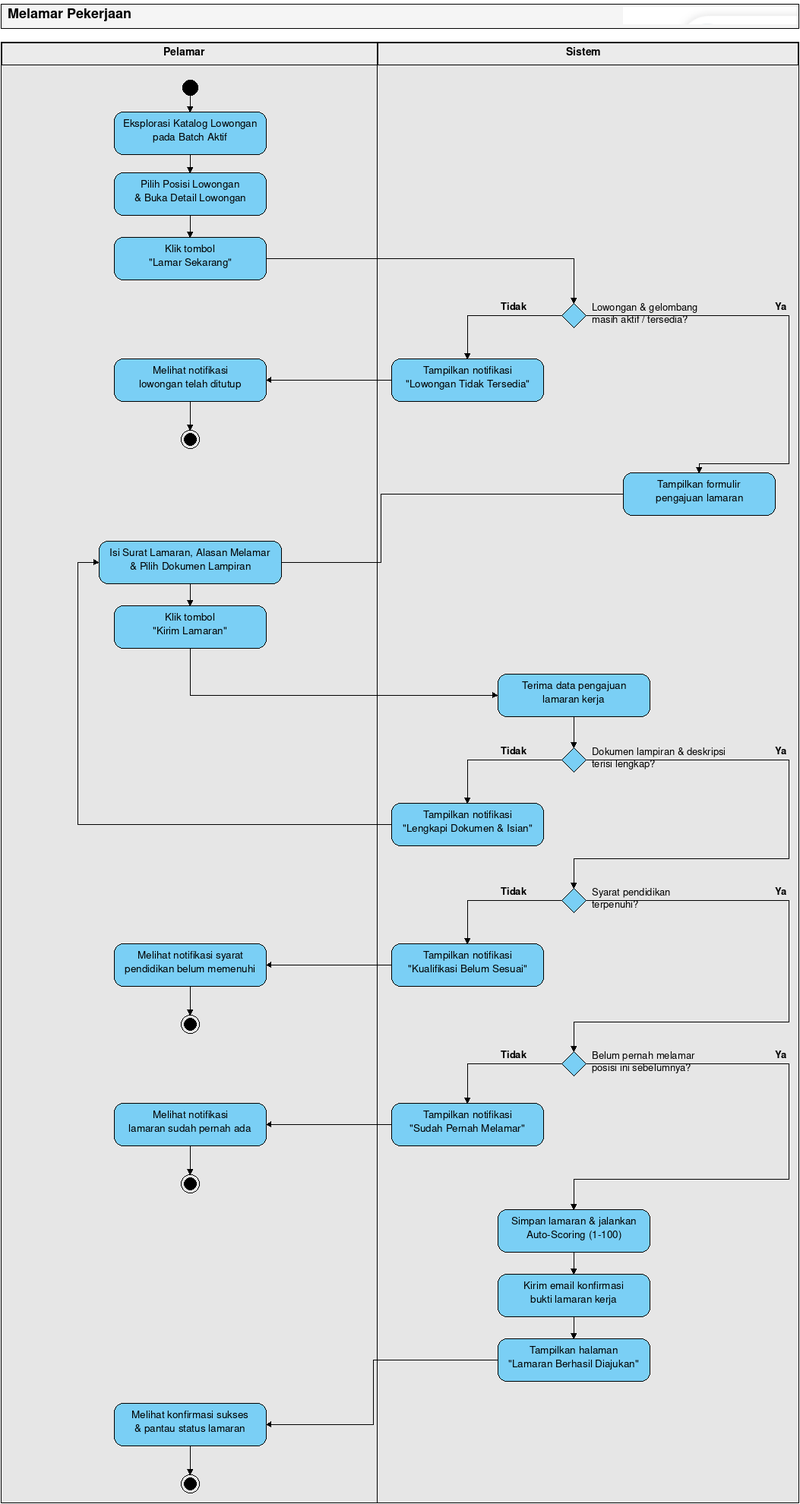
Earlier version of the PlantUML export public/assets/diagrams/VP/Activity/Activity - UC-04 Melamar Pekerjaan.png (Madtive-Studio/klinik_keluarga_career). Its source is kept beside it as public/assets/diagrams/VP/Activity/Activity - UC-04 Melamar Pekerjaan.puml.
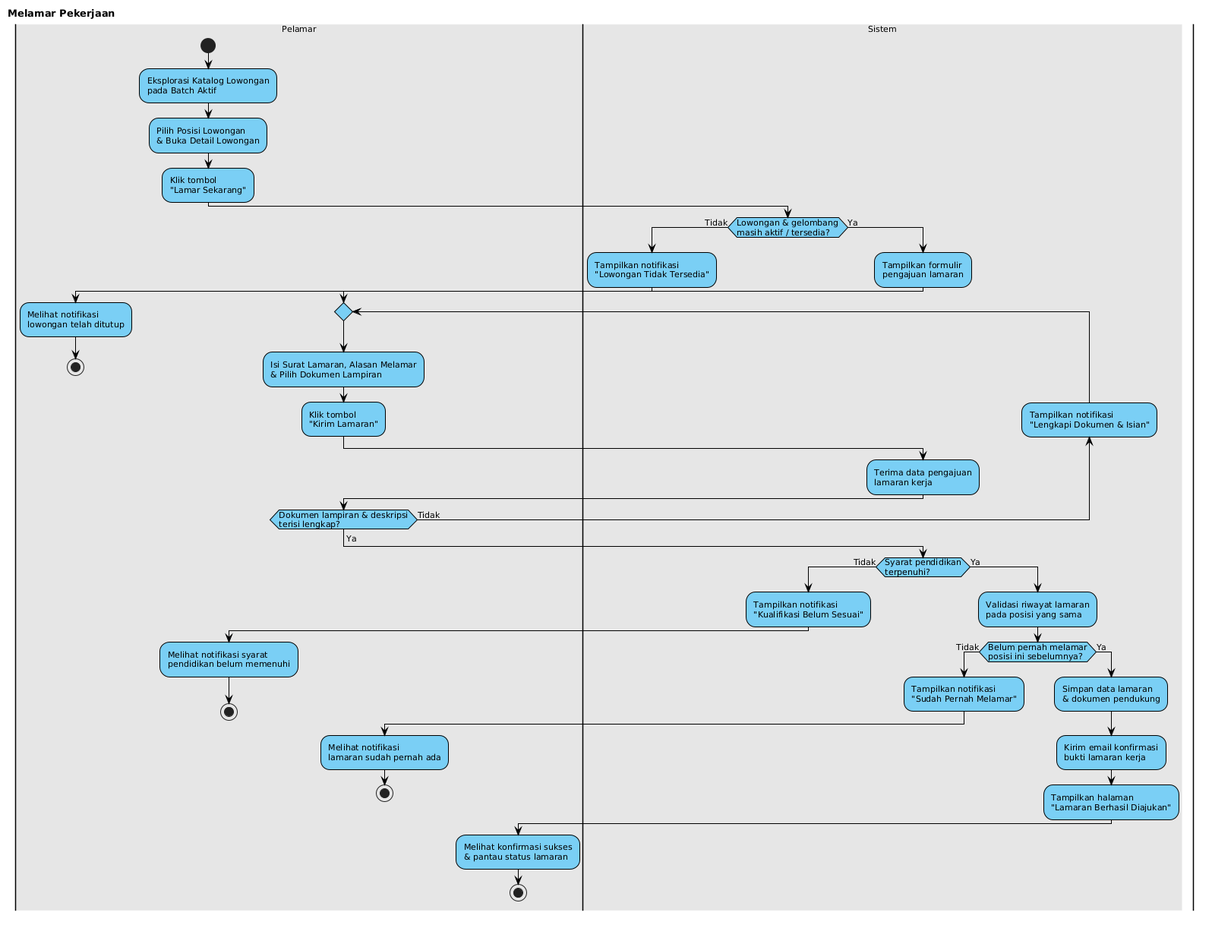
After the commit.

Change to the diagram source:
```diff
@@ -70,7 +70,7 @@
       stop
     else (Ya)
       |Sistem|
-      :Simpan lamaran & jalankan\nAuto-Scoring (1-100);
+      :Simpan data lamaran\n& dokumen pendukung;
       :Kirim email konfirmasi\nbukti lamaran kerja;
       :Tampilkan halaman\n"Lamaran Berhasil Diajukan";
       |Pelamar|
```
